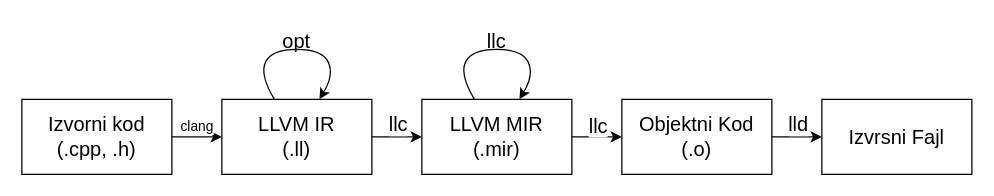
This is teza/assets/llvm_compile_tools.drawio from VladimirV99/MasterRad, a draw.io file, before an edit. Source tidied: cells renumbered, new cells numbered last; positions are measured from the earlier drawing's top-left corner, leaving out a move shared by most shapes. Both pictures are drawn from the tidied source at 125%, with x=0, y=0 at pixel (21, 21).
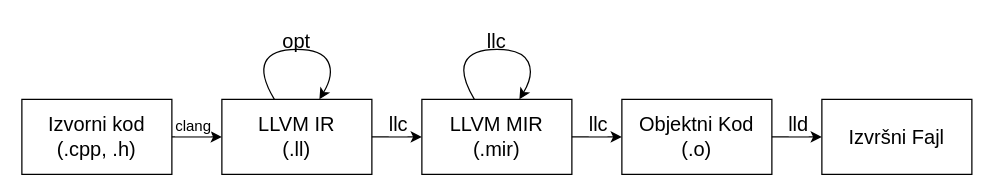
The same page after the edit.

Unchanged cells that the change refers to:
```xml
<mxCell id="5" style="endArrow=classic;html=1;rounded=0;" parent="1" edge="1" source="2" target="3">
  <mxGeometry relative="1" as="geometry" />
</mxCell>
<mxCell id="14" style="endArrow=classic;html=1;rounded=0;" parent="1" edge="1" source="4" target="13">
  <mxGeometry relative="1" as="geometry" />
</mxCell>
```

Change to the diagram source:
```diff
@@
-    <mxCell id="6" value="clang" style="edgeLabel;html=1;align=center;verticalAlign=middle;" parent="5" vertex="1">
+    <mxCell id="6" value="clang" style="edgeLabel;html=1;align=center;verticalAlign=middle;fontSize=12;" parent="5" vertex="1">
       <mxGeometry relative="1" as="geometry">
-        <mxPoint x="-1" y="-9" as="offset" />
+        <mxPoint x="-4" y="-9" as="offset" />
       </mxGeometry>
     </mxCell>
@@
     <mxCell id="15" value="llc" style="edgeLabel;html=1;align=center;verticalAlign=middle;fontSize=16;" parent="14" vertex="1">
       <mxGeometry relative="1" as="geometry">
-        <mxPoint y="-10" as="offset" />
+        <mxPoint y="-11" as="offset" />
       </mxGeometry>
     </mxCell>
-    <mxCell id="16" value="Izvrsni Fajl" style="rounded=0;whiteSpace=wrap;html=1;fontSize=16;" parent="1" vertex="1">
+    <mxCell id="16" value="Izvršni Fajl" style="rounded=0;whiteSpace=wrap;html=1;fontSize=16;" parent="1" vertex="1">
       <mxGeometry x="640" y="62" width="120" height="60" as="geometry" />
     </mxCell>
```
